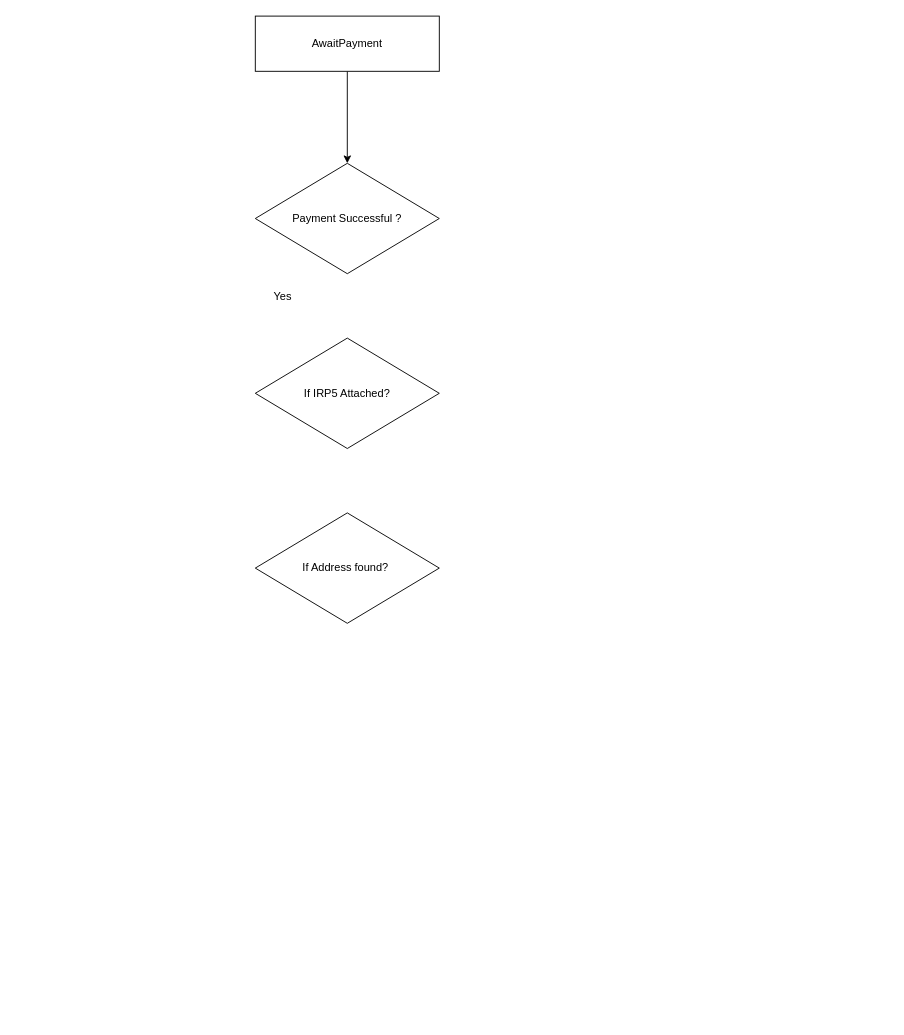
Above: CheckEscalatePayment.drawio in SifisoMzansi/architecture-diagrams (draw.io), before the change. Source tidied: cells renumbered, new cells numbered last; positions are measured from the earlier drawing's top-left corner, leaving out a move shared by most shapes. Both pictures are drawn from the tidied source at 92%, with x=0, y=0 at pixel (255, 16).
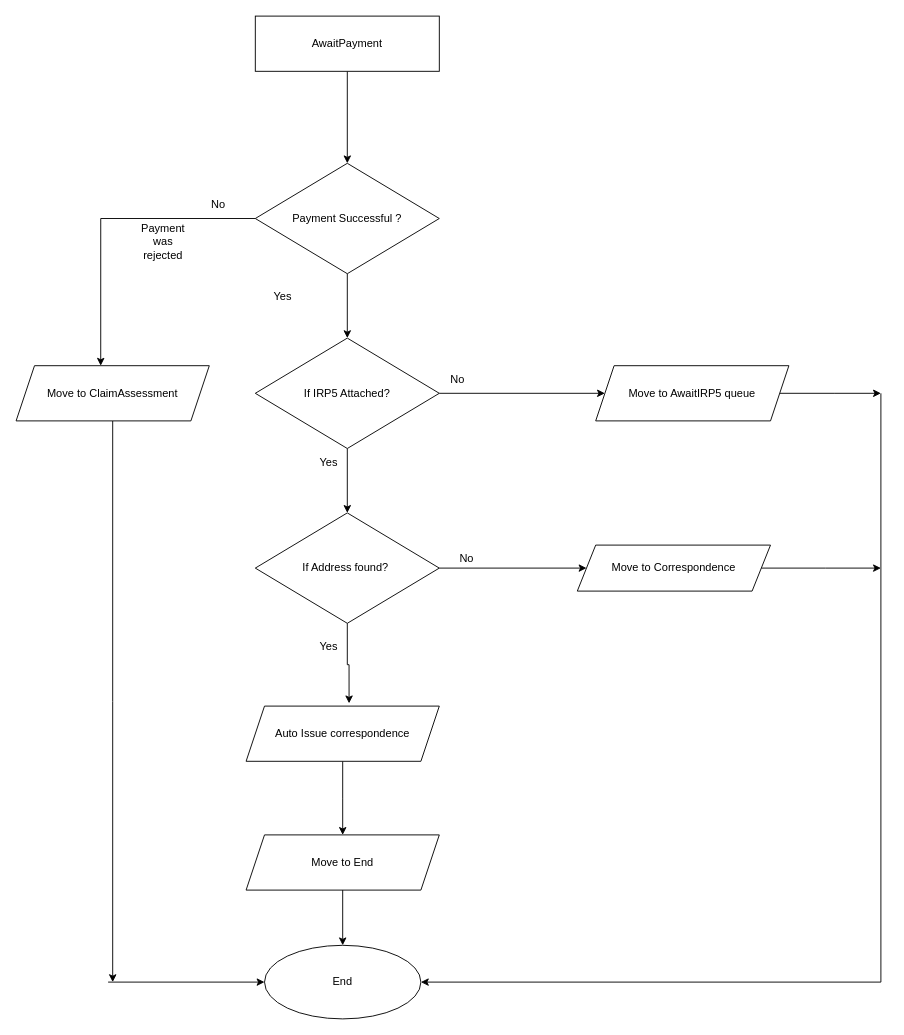
The same diagram, later.

The change refers to these unchanged cells:
```xml
<mxCell id="4" value="Payment Successful ?" style="rhombus;whiteSpace=wrap;html=1;" parent="1" vertex="1">
  <mxGeometry y="160" width="200" height="120" as="geometry" />
</mxCell>
<mxCell id="6" value="If IRP5 Attached?" style="rhombus;whiteSpace=wrap;html=1;" parent="1" vertex="1">
  <mxGeometry y="350" width="200" height="120" as="geometry" />
</mxCell>
<mxCell id="7" value="If Address found?&amp;nbsp;" style="rhombus;whiteSpace=wrap;html=1;" parent="1" vertex="1">
  <mxGeometry y="540" width="200" height="120" as="geometry" />
</mxCell>
```

The edit, as a diff of the source:
```diff
@@
+    <mxCell id="8" style="edgeStyle=orthogonalEdgeStyle;rounded=0;jettySize=auto;html=1;" parent="1" edge="1" source="4" target="6">
+      <mxGeometry relative="1" as="geometry" />
+    </mxCell>
+    <mxCell id="9" style="edgeStyle=orthogonalEdgeStyle;rounded=0;jettySize=auto;html=1;entryX=0.438;entryY=0;entryDx=0;entryDy=0;entryPerimeter=0;" parent="1" edge="1" source="4" target="23">
+      <mxGeometry relative="1" as="geometry" />
+    </mxCell>
@@
+    <mxCell id="10" style="edgeStyle=orthogonalEdgeStyle;rounded=0;jettySize=auto;html=1;" parent="1" edge="1" source="6" target="7">
+      <mxGeometry relative="1" as="geometry" />
+    </mxCell>
+    <mxCell id="11" style="edgeStyle=orthogonalEdgeStyle;rounded=0;jettySize=auto;html=1;" parent="1" edge="1" source="6" target="21">
+      <mxGeometry relative="1" as="geometry" />
+    </mxCell>
@@
+    <mxCell id="12" style="edgeStyle=orthogonalEdgeStyle;rounded=0;jettySize=auto;html=1;entryX=0;entryY=0.5;entryDx=0;entryDy=0;" parent="1" edge="1" source="7" target="28">
+      <mxGeometry relative="1" as="geometry" />
+    </mxCell>
@@
+    <mxCell id="13" style="edgeStyle=orthogonalEdgeStyle;rounded=0;jettySize=auto;html=1;" parent="1" edge="1" source="14">
+      <mxGeometry relative="1" as="geometry">
+        <mxPoint x="95" y="890" as="targetPoint" />
+      </mxGeometry>
+    </mxCell>
+    <mxCell id="14" value="Auto Issue correspondence" style="shape=parallelogram;perimeter=parallelogramPerimeter;whiteSpace=wrap;html=1;fixedSize=1;" parent="1" vertex="1">
+      <mxGeometry x="-10" y="750" width="210" height="60" as="geometry" />
+    </mxCell>
+    <mxCell id="15" style="edgeStyle=orthogonalEdgeStyle;rounded=0;jettySize=auto;html=1;entryX=0.533;entryY=-0.05;entryDx=0;entryDy=0;entryPerimeter=0;" parent="1" edge="1" source="7" target="14">
+      <mxGeometry relative="1" as="geometry" />
+    </mxCell>
+    <mxCell id="16" style="edgeStyle=orthogonalEdgeStyle;rounded=0;jettySize=auto;html=1;entryX=0.5;entryY=0;entryDx=0;entryDy=0;" parent="1" edge="1" source="17" target="18">
+      <mxGeometry relative="1" as="geometry" />
+    </mxCell>
+    <mxCell id="17" value="Move to End" style="shape=parallelogram;perimeter=parallelogramPerimeter;whiteSpace=wrap;html=1;fixedSize=1;" parent="1" vertex="1">
+      <mxGeometry x="-10" y="890" width="210" height="60" as="geometry" />
+    </mxCell>
+    <mxCell id="18" value="End" style="ellipse;whiteSpace=wrap;html=1;" parent="1" vertex="1">
+      <mxGeometry x="10" y="1010" width="170" height="80" as="geometry" />
+    </mxCell>
+    <mxCell id="19" style="edgeStyle=orthogonalEdgeStyle;rounded=0;jettySize=auto;html=1;curved=0;entryX=1;entryY=0.5;entryDx=0;entryDy=0;" parent="1" edge="1" target="18">
+      <mxGeometry relative="1" as="geometry">
+        <mxPoint x="680" y="410" as="sourcePoint" />
+        <Array as="points">
+          <mxPoint x="680" y="1050" />
+        </Array>
+      </mxGeometry>
+    </mxCell>
+    <mxCell id="20" style="edgeStyle=orthogonalEdgeStyle;rounded=0;jettySize=auto;html=1;" parent="1" edge="1" source="21">
+      <mxGeometry relative="1" as="geometry">
+        <mxPoint x="680" y="410" as="targetPoint" />
+      </mxGeometry>
+    </mxCell>
+    <mxCell id="21" value="Move to AwaitIRP5 queue" style="shape=parallelogram;perimeter=parallelogramPerimeter;whiteSpace=wrap;html=1;fixedSize=1;" parent="1" vertex="1">
+      <mxGeometry x="370" y="380" width="210" height="60" as="geometry" />
+    </mxCell>
+    <mxCell id="22" style="edgeStyle=orthogonalEdgeStyle;rounded=0;jettySize=auto;html=1;" parent="1" edge="1" source="23">
+      <mxGeometry relative="1" as="geometry">
+        <mxPoint x="-155" y="1050" as="targetPoint" />
+      </mxGeometry>
+    </mxCell>
+    <mxCell id="23" value="Move to ClaimAssessment" style="shape=parallelogram;perimeter=parallelogramPerimeter;whiteSpace=wrap;html=1;fixedSize=1;" parent="1" vertex="1">
+      <mxGeometry x="-260" y="380" width="210" height="60" as="geometry" />
+    </mxCell>
+    <mxCell id="24" value="No" style="text;html=1;whiteSpace=wrap;strokeColor=none;fillColor=none;align=center;verticalAlign=middle;rounded=0;" parent="1" vertex="1">
+      <mxGeometry x="-70" y="190" width="60" height="30" as="geometry" />
+    </mxCell>
+    <mxCell id="25" style="endArrow=classic;html=1;rounded=0;entryX=0;entryY=0.5;entryDx=0;entryDy=0;" parent="1" edge="1" target="18">
+      <mxGeometry relative="1" as="geometry">
+        <mxPoint x="-160" y="1050" as="sourcePoint" />
+      </mxGeometry>
+    </mxCell>
+    <mxCell id="26" value="Yes" style="text;html=1;whiteSpace=wrap;strokeColor=none;fillColor=none;align=center;verticalAlign=middle;rounded=0;" parent="1" vertex="1">
+      <mxGeometry x="50" y="670" width="60" height="30" as="geometry" />
+    </mxCell>
+    <mxCell id="27" style="edgeStyle=orthogonalEdgeStyle;rounded=0;jettySize=auto;html=1;" parent="1" edge="1" source="28">
+      <mxGeometry relative="1" as="geometry">
+        <mxPoint x="680" y="600" as="targetPoint" />
+      </mxGeometry>
+    </mxCell>
+    <mxCell id="28" value="Move to Correspondence" style="shape=parallelogram;perimeter=parallelogramPerimeter;whiteSpace=wrap;html=1;fixedSize=1;" parent="1" vertex="1">
+      <mxGeometry x="350" y="575" width="210" height="50" as="geometry" />
+    </mxCell>
+    <mxCell id="29" value="Yes" style="text;html=1;whiteSpace=wrap;strokeColor=none;fillColor=none;align=center;verticalAlign=middle;rounded=0;" parent="1" vertex="1">
+      <mxGeometry x="50" y="470" width="60" height="30" as="geometry" />
+    </mxCell>
+    <mxCell id="30" value="No" style="text;html=1;whiteSpace=wrap;strokeColor=none;fillColor=none;align=center;verticalAlign=middle;rounded=0;" parent="1" vertex="1">
+      <mxGeometry x="190" y="380" width="60" height="30" as="geometry" />
+    </mxCell>
+    <mxCell id="31" value="No" style="text;html=1;whiteSpace=wrap;strokeColor=none;fillColor=none;align=center;verticalAlign=middle;rounded=0;" parent="1" vertex="1">
+      <mxGeometry x="200" y="575" width="60" height="30" as="geometry" />
+    </mxCell>
+    <mxCell id="32" value="Payment was rejected" style="text;html=1;whiteSpace=wrap;strokeColor=none;fillColor=none;align=center;verticalAlign=middle;rounded=0;" parent="1" vertex="1">
+      <mxGeometry x="-130" y="230" width="60" height="30" as="geometry" />
+    </mxCell>
```
